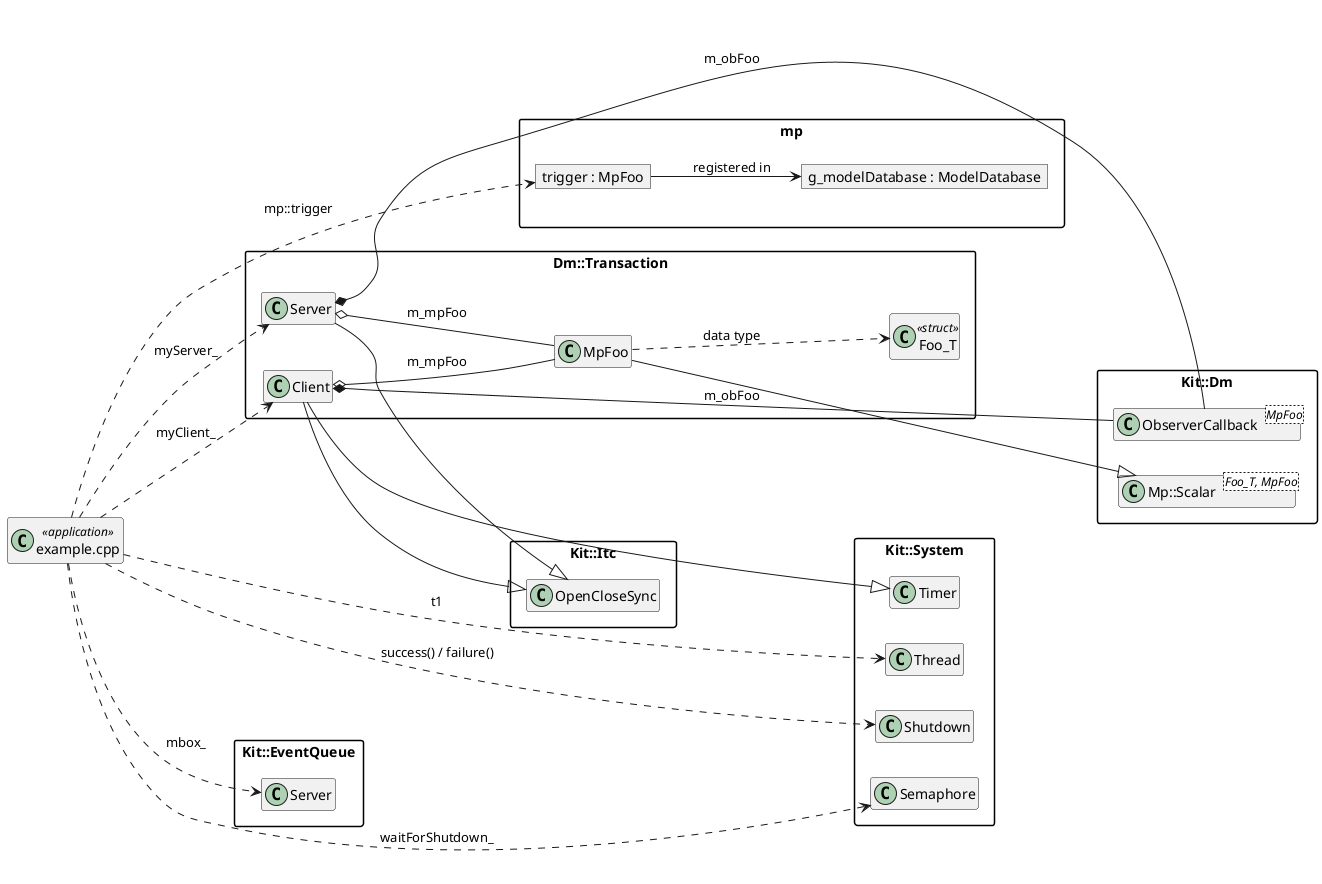
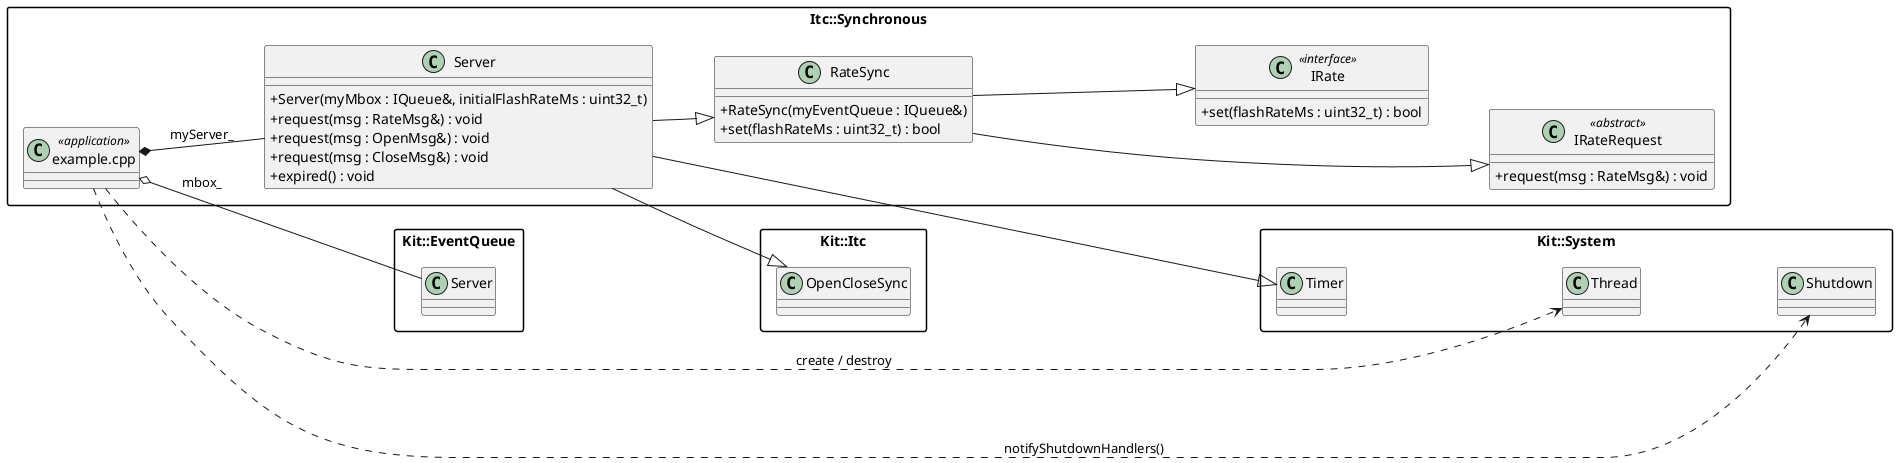
@startuml ClassDiagram

skinparam classAttributeIconSize 0
skinparam packageStyle rectangle
- hide members
left to right direction

' ============================================================================
- ' example.cpp - leftmost element
+ ' Application Classes
' ============================================================================

- class "example.cpp" as exampleApp <<application>>
+ package "Itc::Synchronous" {

- ' ============================================================================
- ' Application Classes  (middle column)
- ' ============================================================================
+     class "example.cpp" as exampleApp <<application>>

- package "Dm::Transaction" {
-     class Foo_T <<struct>>
-     class MpFoo
-     class Client
-     class Server
- }
+     class IRate <<interface>> {
+         + set(flashRateMs : uint32_t) : bool
+     }

- package "mp" {
-     object "trigger : MpFoo" as mpTrigger
-     object "g_modelDatabase : ModelDatabase" as mpDB
+     class IRateRequest <<abstract>> {
+         + request(msg : RateMsg&) : void
+     }
+ 
+     class RateSync {
+         + RateSync(myEventQueue : IQueue&)
+         + set(flashRateMs : uint32_t) : bool
+     }
+ 
+     class Server {
+         + Server(myMbox : IQueue&, initialFlashRateMs : uint32_t)
+         + request(msg : RateMsg&) : void
+         + request(msg : OpenMsg&) : void
+         + request(msg : CloseMsg&) : void
+         + expired() : void
+     }
+ 
+     IRate        -[hidden]down- IRateRequest
+     IRateRequest -[hidden]down- RateSync
+     RateSync     -[hidden]down- Server
}

' ============================================================================
' Kit Classes  (right column, stacked vertically)
' ============================================================================

package "Kit::EventQueue" {
    class "Server" as EqServer
}

package "Kit::Itc" {
    class OpenCloseSync
}

package "Kit::System" {
-     class Semaphore
+     class Timer
    class Thread
    class Shutdown
-     class Timer
- }

- package "Kit::Dm" {
-     class "Mp::Scalar<Foo_T, MpFoo>" as ScalarBase
-     class "ObserverCallback<MpFoo>" as ObsCallback
+     Timer  -[hidden]down- Thread
+     Thread -[hidden]down- Shutdown
}

' ============================================================================
' Layout hints
' ============================================================================

- ' Pin exampleApp to the left of the Dm::Transaction classes
- exampleApp  -[hidden]right- Client
- 
- ' Stack Dm::Transaction above mp (vertically)
- Server      -[hidden]down-  mpTrigger
- 
- ' Stack Kit packages vertically (right column)
- EqServer    -[hidden]down-  OpenCloseSync
- OpenCloseSync -[hidden]down- Semaphore
- Semaphore   -[hidden]down-  ScalarBase
+ EqServer      -[hidden]down-  OpenCloseSync
+ OpenCloseSync -[hidden]down-  Timer

' ============================================================================
' Inheritance
' ============================================================================

- Client  --|>  OpenCloseSync
- Client  --|>  Timer
- Server  --|>  OpenCloseSync
- MpFoo   --|>  ScalarBase
+ RateSync --|> IRate
+ RateSync --|> IRateRequest
+ Server   --|> RateSync
+ Server   --|> OpenCloseSync
+ Server   --|> Timer

' ============================================================================
- ' Composition / Aggregation
+ ' example.cpp usage / composition relationships
' ============================================================================

- Client  o--  MpFoo       : m_mpFoo
- Client  *--  ObsCallback : m_obFoo
- Server  o--  MpFoo       : m_mpFoo
- Server  *--  ObsCallback : m_obFoo
- MpFoo   ..>  Foo_T       : data type
- mpTrigger --> mpDB       : registered in
- 
- ' ============================================================================
- ' example.cpp usage relationships
- ' ============================================================================
- 
- exampleApp ..> EqServer  : mbox_
- exampleApp ..> Semaphore : waitForShutdown_
- exampleApp ..> Thread    : t1
- exampleApp ..> Server    : myServer_
- exampleApp ..> Client    : myClient_
- exampleApp ..> Shutdown  : success() / failure()
- exampleApp ..> mpTrigger : mp::trigger
+ exampleApp *--  Server   : myServer_
+ exampleApp o--  EqServer : mbox_
+ exampleApp ..>  Thread   : create / destroy
+ exampleApp ..>  Shutdown : notifyShutdownHandlers()

@enduml
